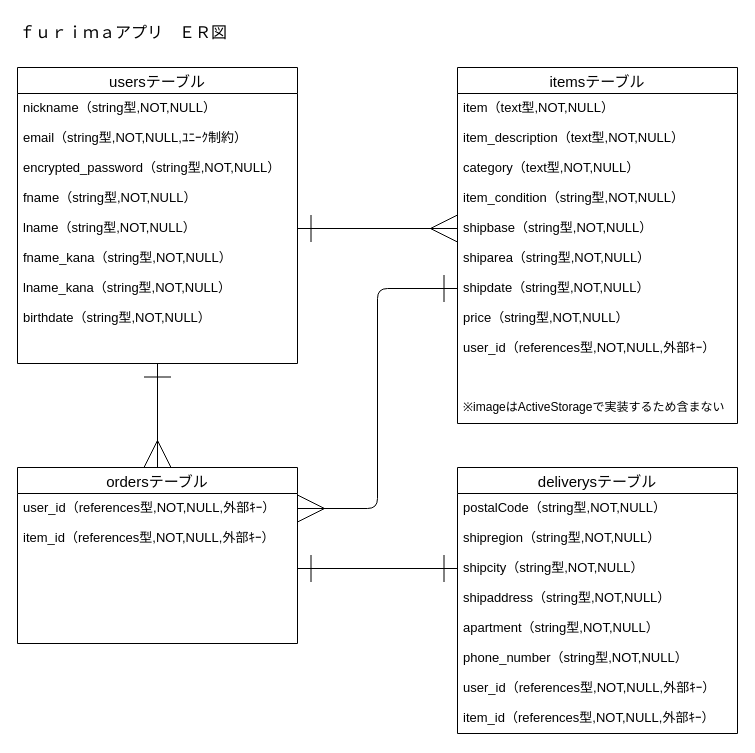
The draw.io diagram er.dio in tk10589/furima-39354, before the edit. Source tidied: cells renumbered, new cells numbered last; positions are measured from the earlier drawing's top-left corner, leaving out a move shared by most shapes. Both pictures are drawn from the tidied source at 100%, with x=0, y=0 at pixel (17, 17).
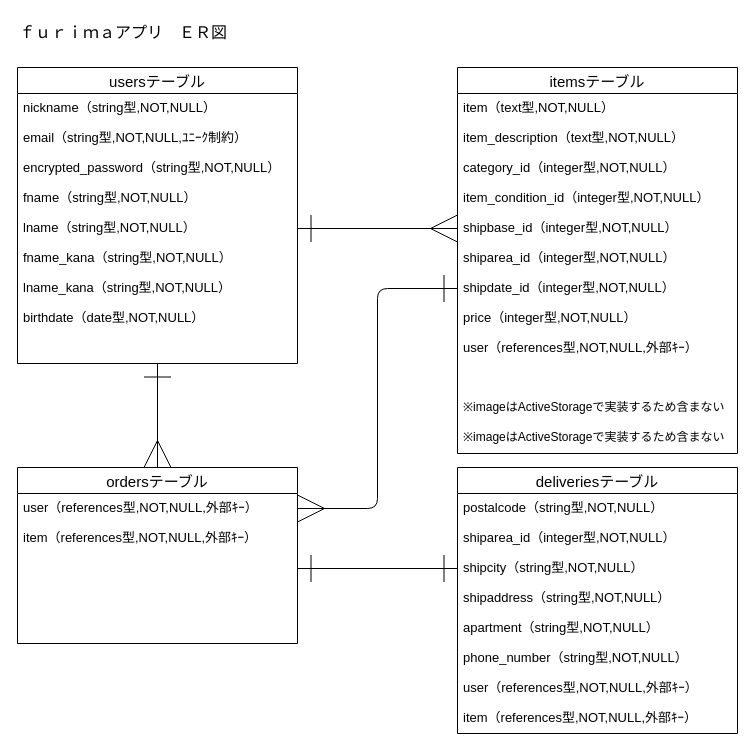
After the change.

Commit message (it also covers changes not shown here):
READMEにデータベース設計を再記述

Unchanged cells that the change refers to:
```xml
<mxCell id="3" value="usersテーブル" style="swimlane;fontStyle=0;horizontal=1;startSize=26;align=center;fontSize=15;" parent="1" vertex="1">
  <mxGeometry y="50" width="280" height="296" as="geometry" />
</mxCell>
<mxCell id="25" value="ordersテーブル" style="swimlane;fontStyle=0;horizontal=1;startSize=26;align=center;fontSize=15;" parent="1" vertex="1">
  <mxGeometry y="450" width="280" height="176" as="geometry" />
</mxCell>
```

Change to the diagram source:
```diff
@@
-    <mxCell id="11" value="birthdate（string型,NOT,NULL）" style="text;strokeColor=none;fillColor=none;spacingLeft=4;spacingRight=4;overflow=hidden;fontSize=13;" parent="3" vertex="1">
+    <mxCell id="11" value="birthdate（date型,NOT,NULL）" style="text;strokeColor=none;fillColor=none;spacingLeft=4;spacingRight=4;overflow=hidden;fontSize=13;" parent="3" vertex="1">
       <mxGeometry y="236" width="280" height="30" as="geometry" />
     </mxCell>
@@
     <mxCell id="13" value="itemsテーブル" style="swimlane;fontStyle=0;horizontal=1;startSize=26;align=center;fontSize=15;" parent="1" vertex="1">
-      <mxGeometry x="440" y="50" width="280" height="356" as="geometry" />
+      <mxGeometry x="440" y="50" width="280" height="386" as="geometry" />
     </mxCell>
@@
-    <mxCell id="16" value="category（text型,NOT,NULL）" style="text;strokeColor=none;fillColor=none;spacingLeft=4;spacingRight=4;overflow=hidden;fontSize=13;" parent="13" vertex="1">
+    <mxCell id="16" value="category_id（integer型,NOT,NULL）" style="text;strokeColor=none;fillColor=none;spacingLeft=4;spacingRight=4;overflow=hidden;fontSize=13;" parent="13" vertex="1">
       <mxGeometry y="86" width="280" height="30" as="geometry" />
     </mxCell>
-    <mxCell id="17" value="item_condition（string型,NOT,NULL）" style="text;strokeColor=none;fillColor=none;spacingLeft=4;spacingRight=4;overflow=hidden;fontSize=13;" parent="13" vertex="1">
+    <mxCell id="17" value="item_condition_id（integer型,NOT,NULL）" style="text;strokeColor=none;fillColor=none;spacingLeft=4;spacingRight=4;overflow=hidden;fontSize=13;" parent="13" vertex="1">
       <mxGeometry y="116" width="280" height="30" as="geometry" />
     </mxCell>
-    <mxCell id="18" value="shipbase（string型,NOT,NULL）" style="text;strokeColor=none;fillColor=none;spacingLeft=4;spacingRight=4;overflow=hidden;points=[[0,0.5],[1,0.5]];portConstraint=eastwest;fontSize=13;" parent="13" vertex="1">
+    <mxCell id="18" value="shipbase_id（integer型,NOT,NULL）" style="text;strokeColor=none;fillColor=none;spacingLeft=4;spacingRight=4;overflow=hidden;points=[[0,0.5],[1,0.5]];portConstraint=eastwest;fontSize=13;" parent="13" vertex="1">
       <mxGeometry y="146" width="280" height="30" as="geometry" />
     </mxCell>
-    <mxCell id="19" value="shiparea（string型,NOT,NULL）" style="text;strokeColor=none;fillColor=none;spacingLeft=4;spacingRight=4;overflow=hidden;fontSize=13;" parent="13" vertex="1">
+    <mxCell id="19" value="shiparea_id（integer型,NOT,NULL）" style="text;strokeColor=none;fillColor=none;spacingLeft=4;spacingRight=4;overflow=hidden;fontSize=13;" parent="13" vertex="1">
       <mxGeometry y="176" width="280" height="30" as="geometry" />
     </mxCell>
-    <mxCell id="20" value="shipdate（string型,NOT,NULL）" style="text;strokeColor=none;fillColor=none;spacingLeft=4;spacingRight=4;overflow=hidden;points=[[0,0.5],[1,0.5]];portConstraint=eastwest;fontSize=13;" parent="13" vertex="1">
+    <mxCell id="20" value="shipdate_id（integer型,NOT,NULL）" style="text;strokeColor=none;fillColor=none;spacingLeft=4;spacingRight=4;overflow=hidden;points=[[0,0.5],[1,0.5]];portConstraint=eastwest;fontSize=13;" parent="13" vertex="1">
       <mxGeometry y="206" width="280" height="30" as="geometry" />
     </mxCell>
-    <mxCell id="21" value="price（string型,NOT,NULL）" style="text;strokeColor=none;fillColor=none;spacingLeft=4;spacingRight=4;overflow=hidden;fontSize=13;" parent="13" vertex="1">
+    <mxCell id="21" value="price（integer型,NOT,NULL）" style="text;strokeColor=none;fillColor=none;spacingLeft=4;spacingRight=4;overflow=hidden;fontSize=13;" parent="13" vertex="1">
       <mxGeometry y="236" width="280" height="30" as="geometry" />
     </mxCell>
-    <mxCell id="22" value="user_id（references型,NOT,NULL,外部ｷｰ）" style="text;strokeColor=none;fillColor=none;spacingLeft=4;spacingRight=4;overflow=hidden;fontSize=13;" parent="13" vertex="1">
+    <mxCell id="22" value="user（references型,NOT,NULL,外部ｷｰ）" style="text;strokeColor=none;fillColor=none;spacingLeft=4;spacingRight=4;overflow=hidden;fontSize=13;" parent="13" vertex="1">
       <mxGeometry y="266" width="280" height="30" as="geometry" />
     </mxCell>
@@
+    <mxCell id="44" value="※imageはActiveStorageで実装するため含まない" style="text;strokeColor=none;fillColor=none;spacingLeft=4;spacingRight=4;overflow=hidden;fontSize=12;" parent="13" vertex="1">
+      <mxGeometry y="326" width="280" height="30" as="geometry" />
+    </mxCell>
     <mxCell id="24" value="※imageはActiveStorageで実装するため含まない" style="text;strokeColor=none;fillColor=none;spacingLeft=4;spacingRight=4;overflow=hidden;fontSize=12;" parent="13" vertex="1">
-      <mxGeometry y="326" width="280" height="30" as="geometry" />
+      <mxGeometry y="356" width="280" height="30" as="geometry" />
     </mxCell>
@@
-    <mxCell id="26" value="user_id（references型,NOT,NULL,外部ｷｰ）" style="text;strokeColor=none;fillColor=none;spacingLeft=4;spacingRight=4;overflow=hidden;points=[[0,0.5],[1,0.5]];portConstraint=eastwest;fontSize=13;" parent="25" vertex="1">
+    <mxCell id="26" value="user（references型,NOT,NULL,外部ｷｰ）" style="text;strokeColor=none;fillColor=none;spacingLeft=4;spacingRight=4;overflow=hidden;points=[[0,0.5],[1,0.5]];portConstraint=eastwest;fontSize=13;" parent="25" vertex="1">
       <mxGeometry y="26" width="280" height="30" as="geometry" />
     </mxCell>
-    <mxCell id="27" value="item_id（references型,NOT,NULL,外部ｷｰ）" style="text;strokeColor=none;fillColor=none;spacingLeft=4;spacingRight=4;overflow=hidden;fontSize=13;" parent="25" vertex="1">
+    <mxCell id="27" value="item（references型,NOT,NULL,外部ｷｰ）" style="text;strokeColor=none;fillColor=none;spacingLeft=4;spacingRight=4;overflow=hidden;fontSize=13;" parent="25" vertex="1">
       <mxGeometry y="56" width="280" height="30" as="geometry" />
     </mxCell>
@@
-    <mxCell id="31" value="deliverysテーブル" style="swimlane;fontStyle=0;horizontal=1;startSize=26;align=center;fontSize=15;" parent="1" vertex="1">
+    <mxCell id="31" value="deliveriesテーブル" style="swimlane;fontStyle=0;horizontal=1;startSize=26;align=center;fontSize=15;" parent="1" vertex="1">
       <mxGeometry x="440" y="450" width="280" height="266" as="geometry" />
     </mxCell>
-    <mxCell id="32" value="postalCode（string型,NOT,NULL）" style="text;strokeColor=none;fillColor=none;spacingLeft=4;spacingRight=4;overflow=hidden;fontSize=13;" parent="31" vertex="1">
+    <mxCell id="32" value="postalcode（string型,NOT,NULL）" style="text;strokeColor=none;fillColor=none;spacingLeft=4;spacingRight=4;overflow=hidden;fontSize=13;" parent="31" vertex="1">
       <mxGeometry y="26" width="280" height="30" as="geometry" />
     </mxCell>
-    <mxCell id="33" value="shipregion（string型,NOT,NULL）" style="text;strokeColor=none;fillColor=none;spacingLeft=4;spacingRight=4;overflow=hidden;fontSize=13;" parent="31" vertex="1">
+    <mxCell id="33" value="shiparea_id（integer型,NOT,NULL）" style="text;strokeColor=none;fillColor=none;spacingLeft=4;spacingRight=4;overflow=hidden;fontSize=13;" parent="31" vertex="1">
       <mxGeometry y="56" width="280" height="30" as="geometry" />
     </mxCell>
@@
-    <mxCell id="38" value="user_id（references型,NOT,NULL,外部ｷｰ）" style="text;strokeColor=none;fillColor=none;spacingLeft=4;spacingRight=4;overflow=hidden;fontSize=13;" parent="31" vertex="1">
+    <mxCell id="38" value="user（references型,NOT,NULL,外部ｷｰ）" style="text;strokeColor=none;fillColor=none;spacingLeft=4;spacingRight=4;overflow=hidden;fontSize=13;" parent="31" vertex="1">
       <mxGeometry y="206" width="280" height="30" as="geometry" />
     </mxCell>
-    <mxCell id="39" value="item_id（references型,NOT,NULL,外部ｷｰ）" style="text;strokeColor=none;fillColor=none;spacingLeft=4;spacingRight=4;overflow=hidden;fontSize=13;" parent="31" vertex="1">
+    <mxCell id="39" value="item（references型,NOT,NULL,外部ｷｰ）" style="text;strokeColor=none;fillColor=none;spacingLeft=4;spacingRight=4;overflow=hidden;fontSize=13;" parent="31" vertex="1">
       <mxGeometry y="236" width="280" height="30" as="geometry" />
     </mxCell>
```
